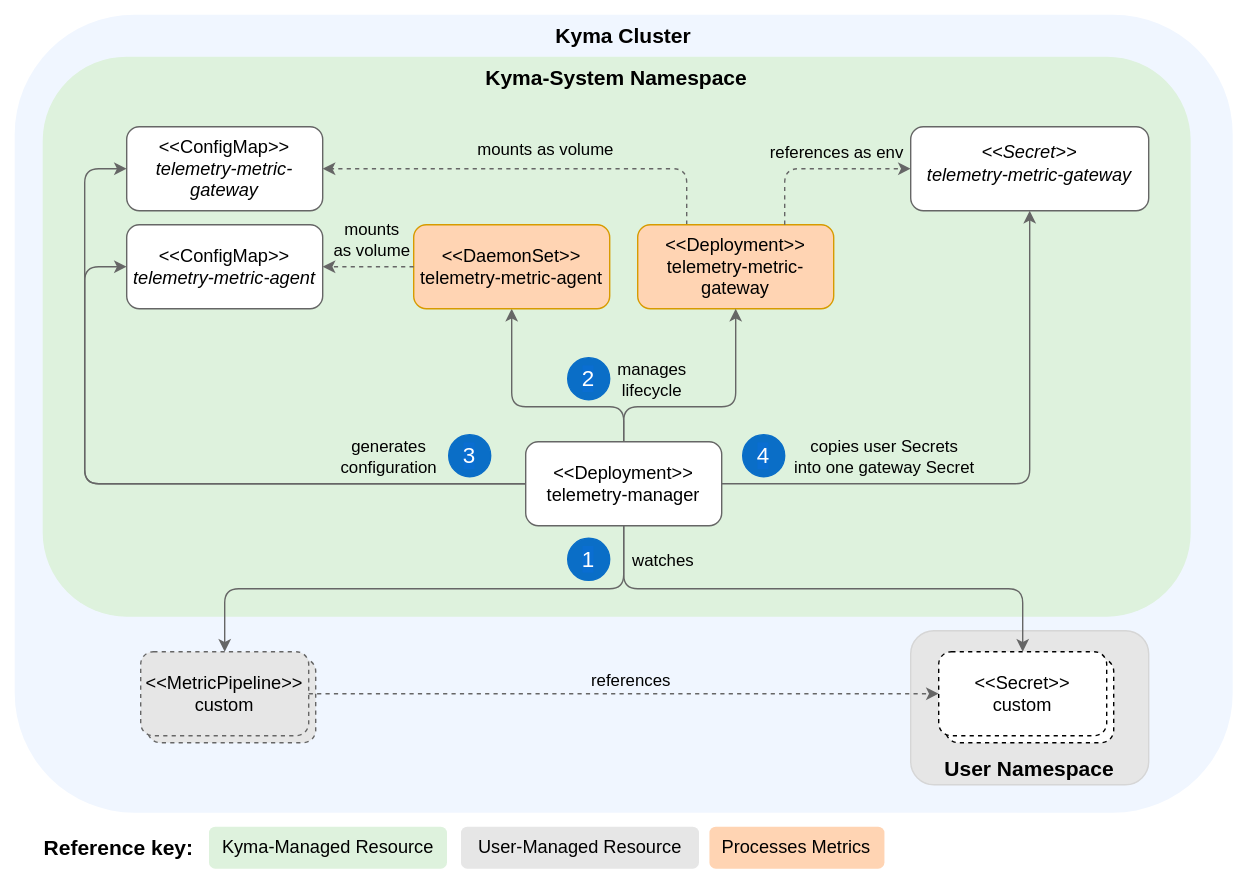
The draw.io diagram docs/user/assets/metrics-resources.drawio.svg in kyma-project/telemetry-manager, before a commit. Source tidied: cells renumbered, new cells last; positions are measured from the earlier drawing's top-left corner, leaving out a move shared by most shapes.
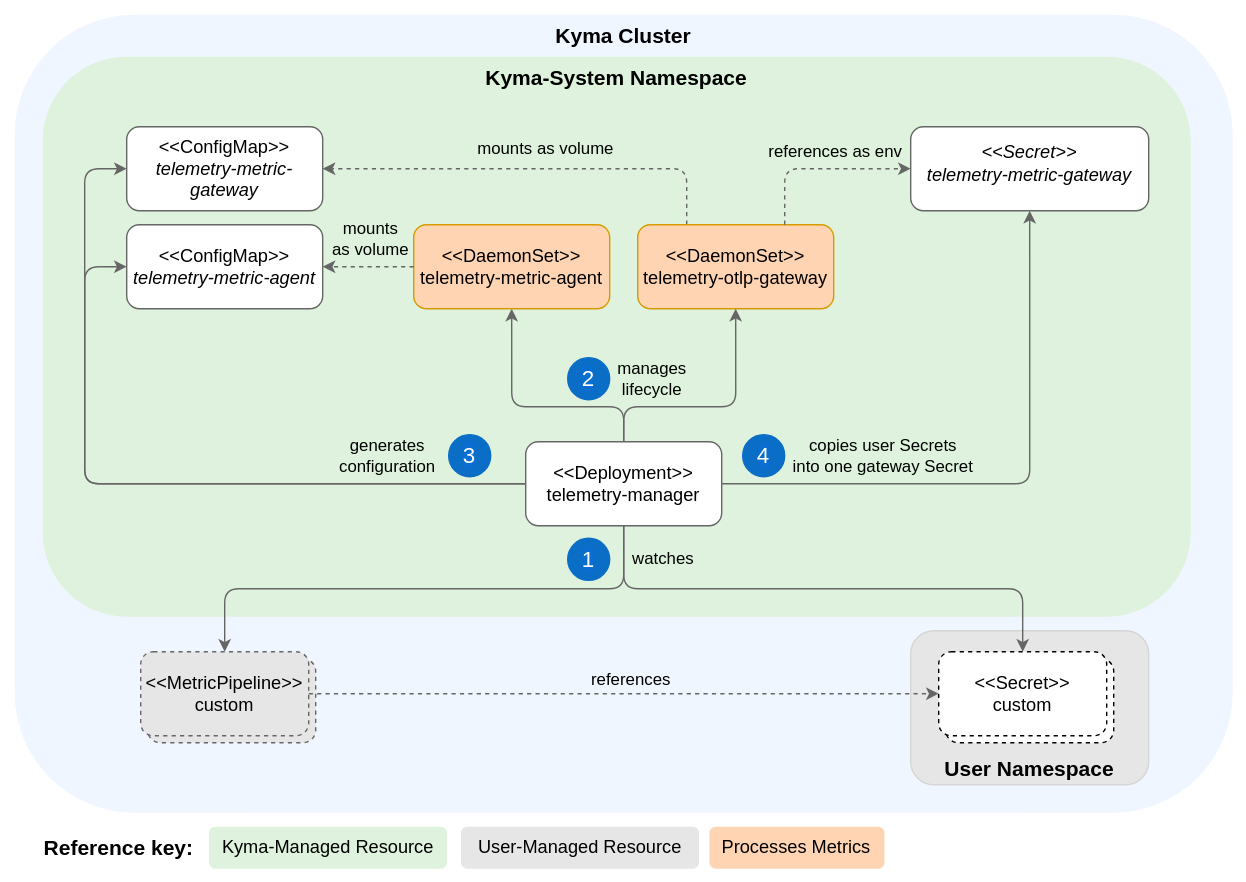
The same file after the commit.

What changed in the source:
```diff
@@ -106,7 +106,7 @@
         <mxPoint x="21" y="-12" as="offset" />
       </mxGeometry>
     </mxCell>
-    <mxCell id="27" value="&amp;lt;&amp;lt;Deployment&amp;gt;&amp;gt;&lt;br style=&quot;font-size: 13px;&quot;&gt;telemetry-metric-gateway" style="rounded=1;whiteSpace=wrap;html=1;strokeColor=#D79B00;fontSize=13;fillColor=#FFD4B3;" parent="1" vertex="1">
+    <mxCell id="27" value="&amp;lt;&amp;lt;DaemonSet&amp;gt;&amp;gt;&lt;br style=&quot;font-size: 13px;&quot;&gt;telemetry-otlp-gateway" style="rounded=1;whiteSpace=wrap;html=1;strokeColor=#D79B00;fontSize=13;fillColor=#FFD4B3;" parent="1" vertex="1">
       <mxGeometry x="455" y="160" width="140" height="60" as="geometry" />
     </mxCell>
     <mxCell id="28" style="edgeStyle=orthogonalEdgeStyle;html=1;exitX=0.75;exitY=0;exitDx=0;exitDy=0;entryX=0;entryY=0.5;entryDx=0;entryDy=0;dashed=1;strokeColor=#666666;" parent="1" edge="1" source="27" target="22">
```
